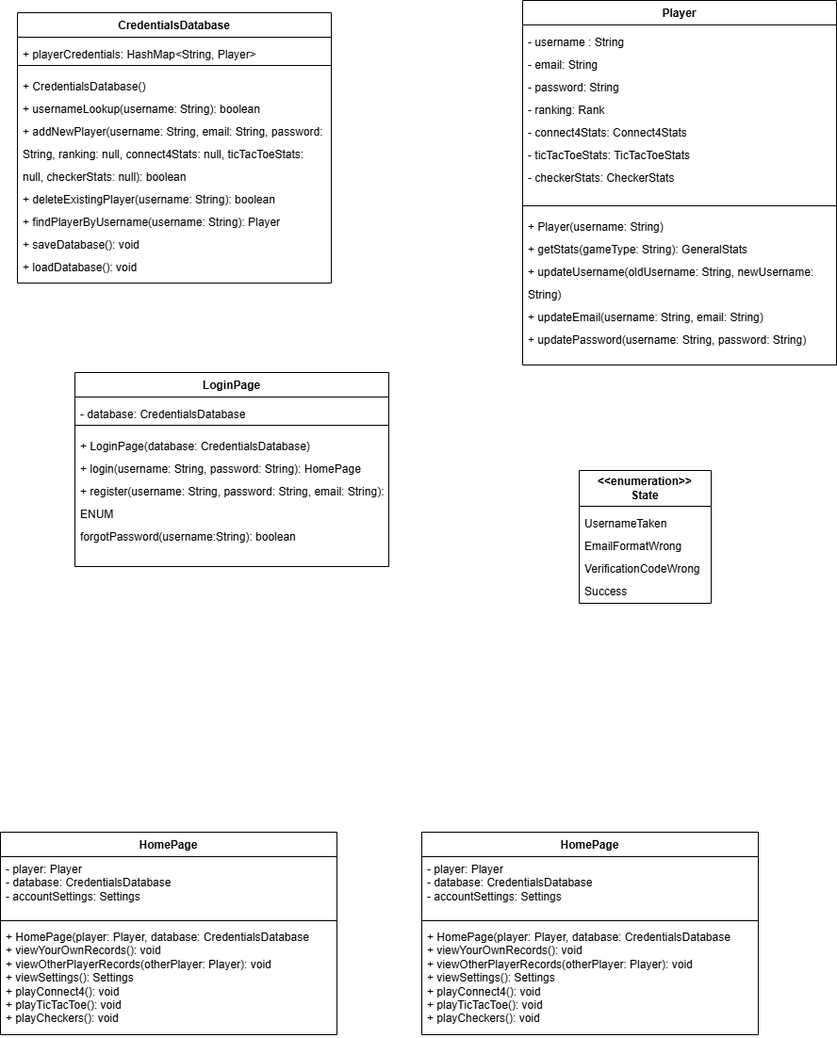
Above: ClassStructureAuthentication.drawio.png in farshadislam/Socketed-Multigame-GUI (draw.io), before the change. Source tidied: cells renumbered, new cells last; positions are measured from the earlier drawing's top-left corner, leaving out a move shared by most shapes.
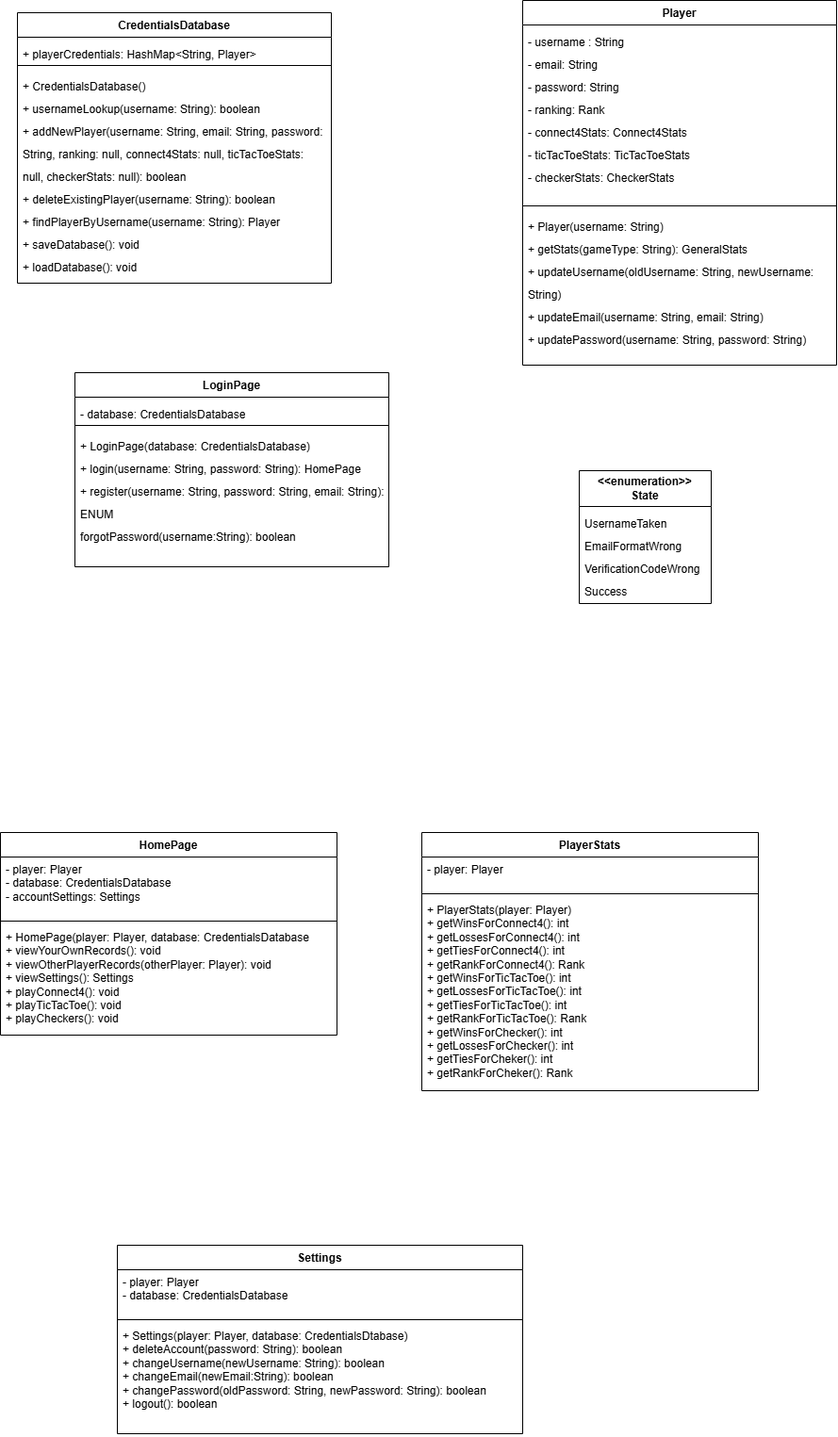
Above is the later version.

Commit message:
Continued working on the structure diagram (added settings class)

What changed in the source:
```diff
@@ -56,17 +56,29 @@
     <mxCell id="19" value="&lt;div style=&quot;line-height: 200%;&quot;&gt;UsernameTaken&lt;/div&gt;&lt;div style=&quot;line-height: 200%;&quot;&gt;E&lt;span style=&quot;background-color: transparent; color: light-dark(rgb(0, 0, 0), rgb(255, 255, 255));&quot;&gt;mailFormatWrong&lt;/span&gt;&lt;div&gt;VerificationCodeWrong&lt;/div&gt;&lt;div&gt;Success&lt;/div&gt;&lt;/div&gt;" style="text;strokeColor=none;fillColor=none;align=left;verticalAlign=top;spacingLeft=4;spacingRight=4;overflow=hidden;whiteSpace=wrap;html=1;" parent="18" vertex="1">
       <mxGeometry y="38" width="140" height="103" as="geometry" />
     </mxCell>
-    <mxCell id="20" value="HomePage" style="swimlane;fontStyle=1;align=center;verticalAlign=top;horizontal=1;startSize=26;whiteSpace=wrap;html=1;" parent="1" vertex="1">
-      <mxGeometry x="447" y="883" width="357" height="215" as="geometry" />
+    <mxCell id="20" value="PlayerStats" style="swimlane;fontStyle=1;align=center;verticalAlign=top;horizontal=1;startSize=26;whiteSpace=wrap;html=1;" parent="1" vertex="1">
+      <mxGeometry x="447" y="883" width="357" height="274" as="geometry" />
     </mxCell>
-    <mxCell id="21" value="- player: Player&lt;div&gt;- database: CredentialsDatabase&lt;/div&gt;&lt;div&gt;- accountSettings: Settings&lt;/div&gt;&lt;div&gt;&lt;br&gt;&lt;/div&gt;" style="text;strokeColor=none;fillColor=none;align=left;verticalAlign=top;spacingLeft=4;spacingRight=4;overflow=hidden;whiteSpace=wrap;html=1;" parent="20" vertex="1">
-      <mxGeometry y="26" width="357" height="64" as="geometry" />
+    <mxCell id="21" value="- player: Player&lt;div&gt;&lt;br&gt;&lt;/div&gt;&lt;div&gt;&lt;br&gt;&lt;/div&gt;" style="text;strokeColor=none;fillColor=none;align=left;verticalAlign=top;spacingLeft=4;spacingRight=4;overflow=hidden;whiteSpace=wrap;html=1;" parent="20" vertex="1">
+      <mxGeometry y="26" width="357" height="35" as="geometry" />
     </mxCell>
     <mxCell id="22" style="line;strokeWidth=1;fillColor=none;align=left;verticalAlign=middle;spacingTop=-1;spacingLeft=3;spacingRight=3;labelPosition=right;strokeColor=inherit;" parent="20" vertex="1">
-      <mxGeometry y="90" width="357" height="8" as="geometry" />
+      <mxGeometry y="61" width="357" height="8" as="geometry" />
     </mxCell>
-    <mxCell id="23" value="+ HomePage(player: Player, database: CredentialsDatabase&lt;div&gt;+ viewYourOwnRecords(): void&lt;/div&gt;&lt;div&gt;+ viewOtherPlayerRecords(otherPlayer: Player): void&lt;/div&gt;&lt;div&gt;+ viewSettings(): Settings&lt;/div&gt;&lt;div&gt;+ playConnect4(): void&lt;/div&gt;&lt;div&gt;+ playTicTacToe(): void&lt;/div&gt;&lt;div&gt;+ playCheckers(): void&lt;/div&gt;" style="text;strokeColor=none;fillColor=none;align=left;verticalAlign=top;spacingLeft=4;spacingRight=4;overflow=hidden;whiteSpace=wrap;html=1;" parent="20" vertex="1">
-      <mxGeometry y="98" width="357" height="117" as="geometry" />
+    <mxCell id="23" value="+ PlayerStats(player: Player)&lt;div&gt;+ getWinsForConnect4(): int&lt;/div&gt;&lt;div&gt;+ getLossesForConnect4(): int&lt;/div&gt;&lt;div&gt;+ getTiesForConnect4(): int&lt;/div&gt;&lt;div&gt;+ getRankForConnect4(): Rank&lt;/div&gt;&lt;div&gt;+ getWinsForTicTacToe(): int&lt;/div&gt;&lt;div&gt;+ getLossesForTicTacToe(): int&lt;/div&gt;&lt;div&gt;+ getTiesForTicTacToe(): int&lt;/div&gt;&lt;div&gt;+ getRankForTicTacToe(): Rank&lt;/div&gt;&lt;div&gt;+ getWinsForChecker(): int&lt;/div&gt;&lt;div&gt;+ getLossesForChecker(): int&lt;/div&gt;&lt;div&gt;+ getTiesForCheker(): int&lt;/div&gt;&lt;div&gt;+ getRankForCheker(): Rank&lt;/div&gt;" style="text;strokeColor=none;fillColor=none;align=left;verticalAlign=top;spacingLeft=4;spacingRight=4;overflow=hidden;whiteSpace=wrap;html=1;" parent="20" vertex="1">
+      <mxGeometry y="69" width="357" height="205" as="geometry" />
     </mxCell>
+    <mxCell id="24" value="Settings" style="swimlane;fontStyle=1;align=center;verticalAlign=top;horizontal=1;startSize=26;whiteSpace=wrap;html=1;" parent="1" vertex="1">
+      <mxGeometry x="124" y="1321" width="430" height="200" as="geometry" />
+    </mxCell>
+    <mxCell id="25" value="- player: Player&lt;div&gt;- database: CredentialsDatabase&lt;/div&gt;&lt;div&gt;&lt;br&gt;&lt;/div&gt;" style="text;strokeColor=none;fillColor=none;align=left;verticalAlign=top;spacingLeft=4;spacingRight=4;overflow=hidden;whiteSpace=wrap;html=1;" parent="24" vertex="1">
+      <mxGeometry y="26" width="430" height="49" as="geometry" />
+    </mxCell>
+    <mxCell id="26" style="line;strokeWidth=1;fillColor=none;align=left;verticalAlign=middle;spacingTop=-1;spacingLeft=3;spacingRight=3;labelPosition=right;strokeColor=inherit;" parent="24" vertex="1">
+      <mxGeometry y="75" width="430" height="8" as="geometry" />
+    </mxCell>
+    <mxCell id="27" value="+ Settings(player: Player, database: CredentialsDtabase)&lt;div&gt;+ deleteAccount(password: String): boolean&lt;/div&gt;&lt;div&gt;+ changeUsername(newUsername: String): boolean&lt;/div&gt;&lt;div&gt;+ changeEmail(newEmail:String): boolean&lt;/div&gt;&lt;div&gt;+ changePassword(oldPassword: String, newPassword: String): boolean&lt;/div&gt;&lt;div&gt;+ logout(): boolean&lt;/div&gt;" style="text;strokeColor=none;fillColor=none;align=left;verticalAlign=top;spacingLeft=4;spacingRight=4;overflow=hidden;whiteSpace=wrap;html=1;" parent="24" vertex="1">
+      <mxGeometry y="83" width="430" height="117" as="geometry" />
+    </mxCell>
   </root>
 </mxGraphModel>
```
